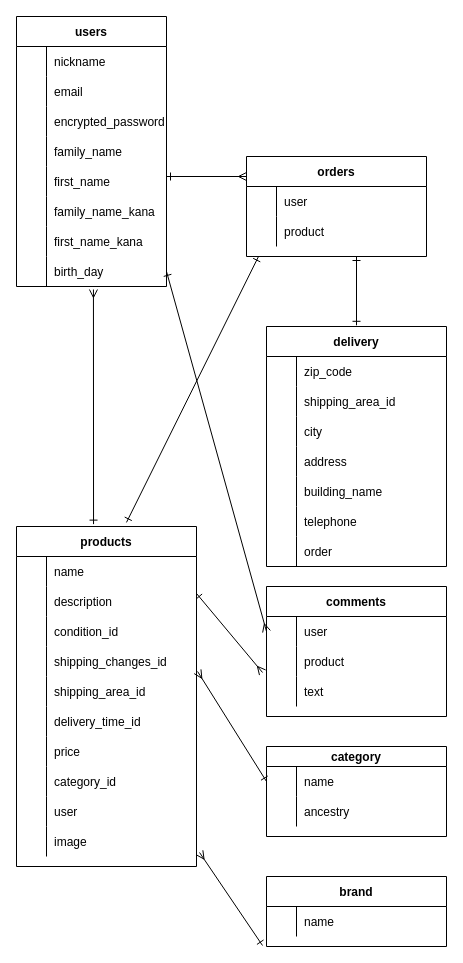
This is furima.dio from wakatakatakataka/furima-35079, a draw.io file, before an edit. Source tidied: cells renumbered, new cells numbered last; positions are measured from the earlier drawing's top-left corner, leaving out a move shared by most shapes. Both pictures are drawn from the tidied source at 100%, with x=0, y=0 at pixel (16, 16).
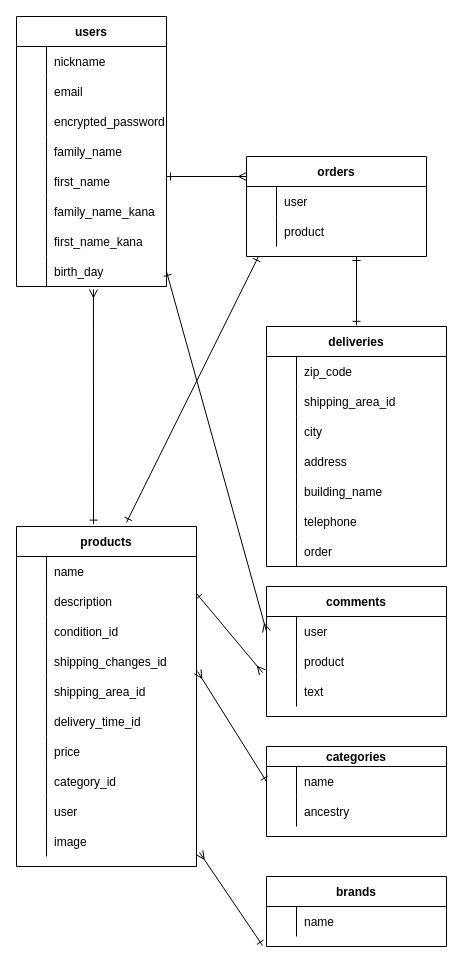
The same diagram, later.

Commit message (it also covers changes not shown here):
データベースの記述　修正５

Diff of the diagram source:
```diff
@@
-    <mxCell id="27" value="delivery" style="shape=table;startSize=30;childLayout=tableLayout;rowLines=0;fontStyle=1;align=center;" parent="1" vertex="1">
+    <mxCell id="27" value="deliveries" style="shape=table;startSize=30;childLayout=tableLayout;rowLines=0;fontStyle=1;align=center;" parent="1" vertex="1">
       <mxGeometry x="250" y="310" width="180" height="240" as="geometry" />
     </mxCell>
@@
-    <mxCell id="93" value="category" style="shape=table;startSize=20;childLayout=tableLayout;rowLines=0;fontStyle=1;align=center;" parent="1" vertex="1">
+    <mxCell id="93" value="categories" style="shape=table;startSize=20;childLayout=tableLayout;rowLines=0;fontStyle=1;align=center;" parent="1" vertex="1">
       <mxGeometry x="250" y="730" width="180" height="90" as="geometry" />
     </mxCell>
@@
-    <mxCell id="101" value="brand" style="shape=table;startSize=30;childLayout=tableLayout;rowLines=0;fontStyle=1;align=center;" parent="1" vertex="1">
+    <mxCell id="101" value="brands" style="shape=table;startSize=30;childLayout=tableLayout;rowLines=0;fontStyle=1;align=center;" parent="1" vertex="1">
       <mxGeometry x="250" y="860" width="180" height="70" as="geometry" />
     </mxCell>
```
